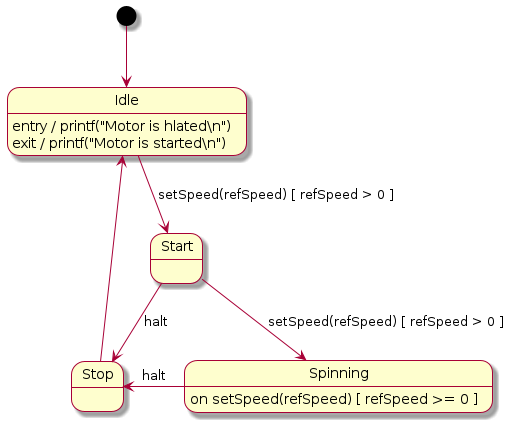
Earlier version of the PlantUML export doc/Motor.png (Lecrapouille/PlantUMLStatecharts).
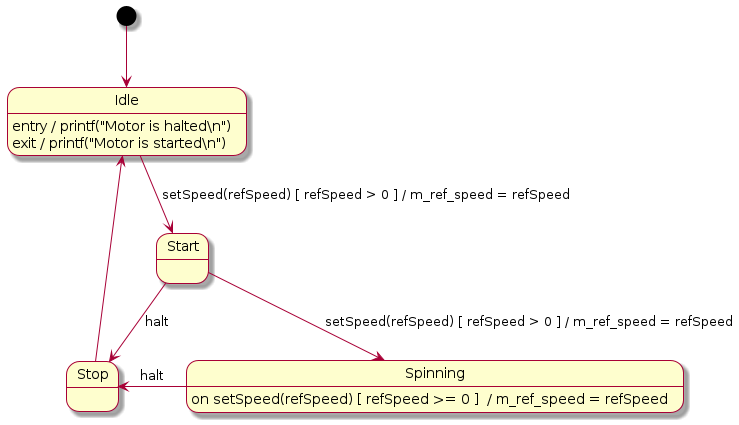
After the change.

Change to the diagram source:
```diff
@@ -1,15 +1,18 @@
 @startuml
 skin rose
 
-Idle : entry / printf("Motor is hlated\\n")
+
+[*] --> Idle
+
+Idle : entry / printf("Motor is halted\\n")
 Idle : exit / printf("Motor is started\\n")
-[*] --> Idle
-Idle --> Start : setSpeed(refSpeed) [ refSpeed > 0 ]
+Idle --> Start : setSpeed(refSpeed) [ refSpeed > 0 ] / m_ref_speed = refSpeed
+
 Start --> Stop : halt
-Start -> Spinning : setSpeed(refSpeed) [ refSpeed > 0 ]
+Start -> Spinning : setSpeed(refSpeed) [ refSpeed > 0 ] / m_ref_speed = refSpeed
 Stop <- Spinning : halt
 Idle <- Stop
 
-Spinning : on setSpeed(refSpeed) [ refSpeed >= 0 ]
+Spinning : on setSpeed(refSpeed) [ refSpeed >= 0 ]  / m_ref_speed = refSpeed
 
 @enduml
```
